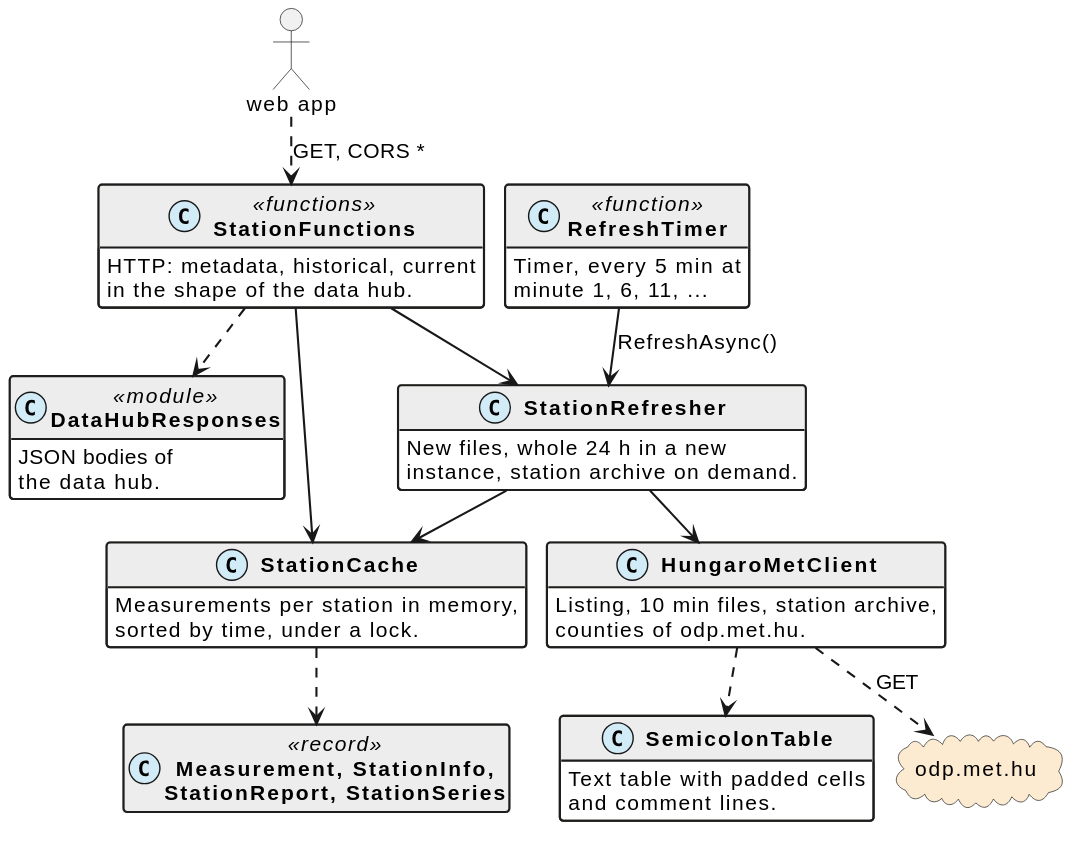
schletz/wetterkartenviewer keeps this PlantUML diagram as docs/station_proxy.svg. Above is the earlier version. Source of this version:
```plantuml
@startuml
skinparam shadowing false
skinparam classAttributeIconSize 0
skinparam defaultFontSize 15
skinparam ArrowThickness 1.5
skinparam class {
  BackgroundColor #ffffff
  HeaderBackgroundColor #ededed
  BorderColor #1d1d1b
  BorderThickness 1.5
  FontStyle bold
}
skinparam stereotypeCBackgroundColor #d1ebf7
skinparam stereotypeABackgroundColor #fdebd1
skinparam stereotypeIBackgroundColor #e5f4f1
skinparam stereotypeEBackgroundColor #e5f1d9
skinparam component {
  BackgroundColor #ffffff
  BorderColor #1d1d1b
  BorderThickness 1.5
}
skinparam artifact {
  BackgroundColor #d1ebf7
  BorderColor #1d1d1b
}
skinparam folder {
  BackgroundColor #ffffff
  BorderColor #1d1d1b
}
skinparam node {
  BackgroundColor #ededed
  BorderColor #1d1d1b
}
skinparam cloud {
  BackgroundColor #fdebd1
  BorderColor #1d1d1b
}
skinparam activity {
  BackgroundColor #ffffff
  BorderColor #1d1d1b
}
skinparam nodesep 15
skinparam ranksep 30
allowmixing
hide empty members
class StationFunctions <<functions>> {
 HTTP: metadata, historical, current
 in the shape of the data hub.
}
class RefreshTimer <<function>> {
 Timer, every 5 min at
 minute 1, 6, 11, ...
}
class DataHubResponses <<module>> {
 JSON bodies of
 the data hub.
}
class StationRefresher {
 New files, whole 24 h in a new
 instance, station archive on demand.
}
class StationCache {
 Measurements per station in memory,
 sorted by time, under a lock.
}
class HungaroMetClient {
 Listing, 10 min files, station archive,
 counties of odp.met.hu.
}
class SemicolonTable {
 Text table with padded cells
 and comment lines.
}
class "Measurement, StationInfo,\nStationReport, StationSeries" as records <<record>>
cloud "odp.met.hu" as odp
actor "web app" as app
app ..> StationFunctions : GET, CORS *
StationFunctions --> StationCache
StationFunctions --> StationRefresher
StationFunctions ..> DataHubResponses
RefreshTimer --> StationRefresher : RefreshAsync()
StationRefresher --> HungaroMetClient
StationRefresher --> StationCache
HungaroMetClient ..> SemicolonTable
HungaroMetClient ..> odp : GET
StationCache ..> records
@enduml
```
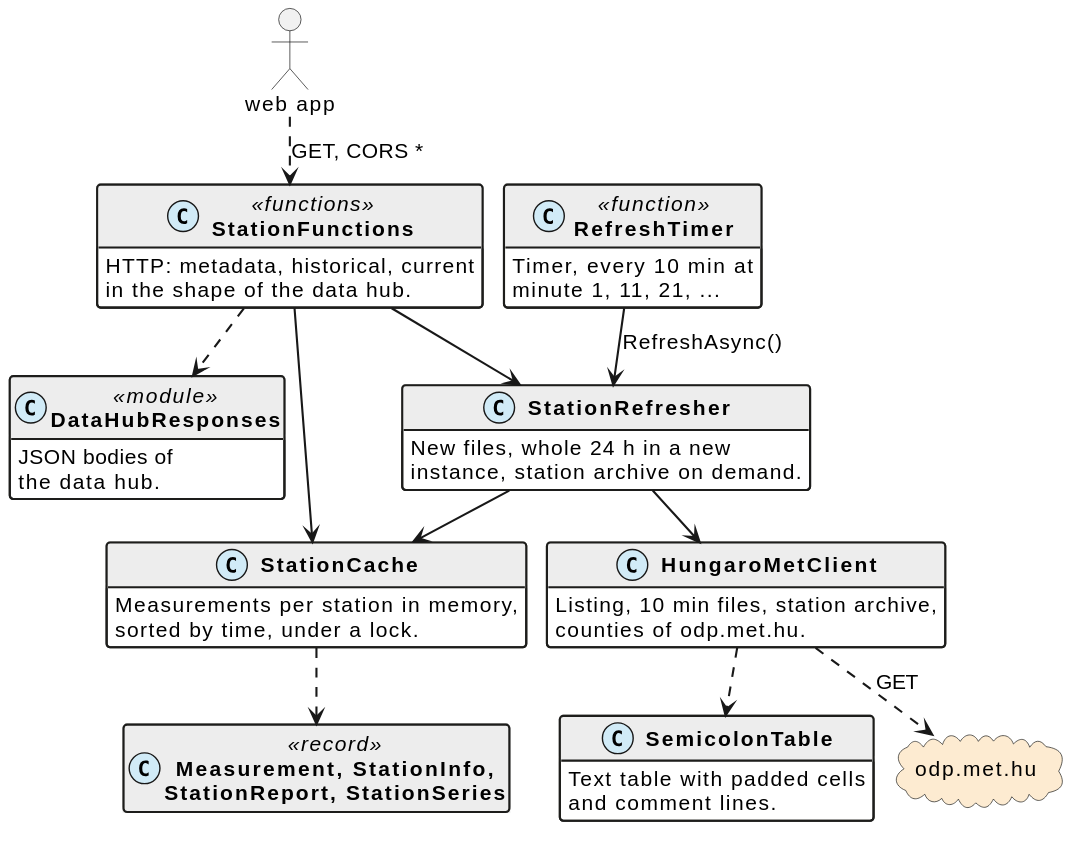
The same diagram one commit later.

Commit message:
Refresh the station function every 10 minutes [skip ci]

HungaroMet writes a new file every 10 minutes, so a shorter period only
reads the directory listing more often.

What changed in the source:
```diff
@@ -48,8 +48,8 @@
  in the shape of the data hub.
 }
 class RefreshTimer <<function>> {
- Timer, every 5 min at
- minute 1, 6, 11, ...
+ Timer, every 10 min at
+ minute 1, 11, 21, ...
 }
 class DataHubResponses <<module>> {
  JSON bodies of
```
